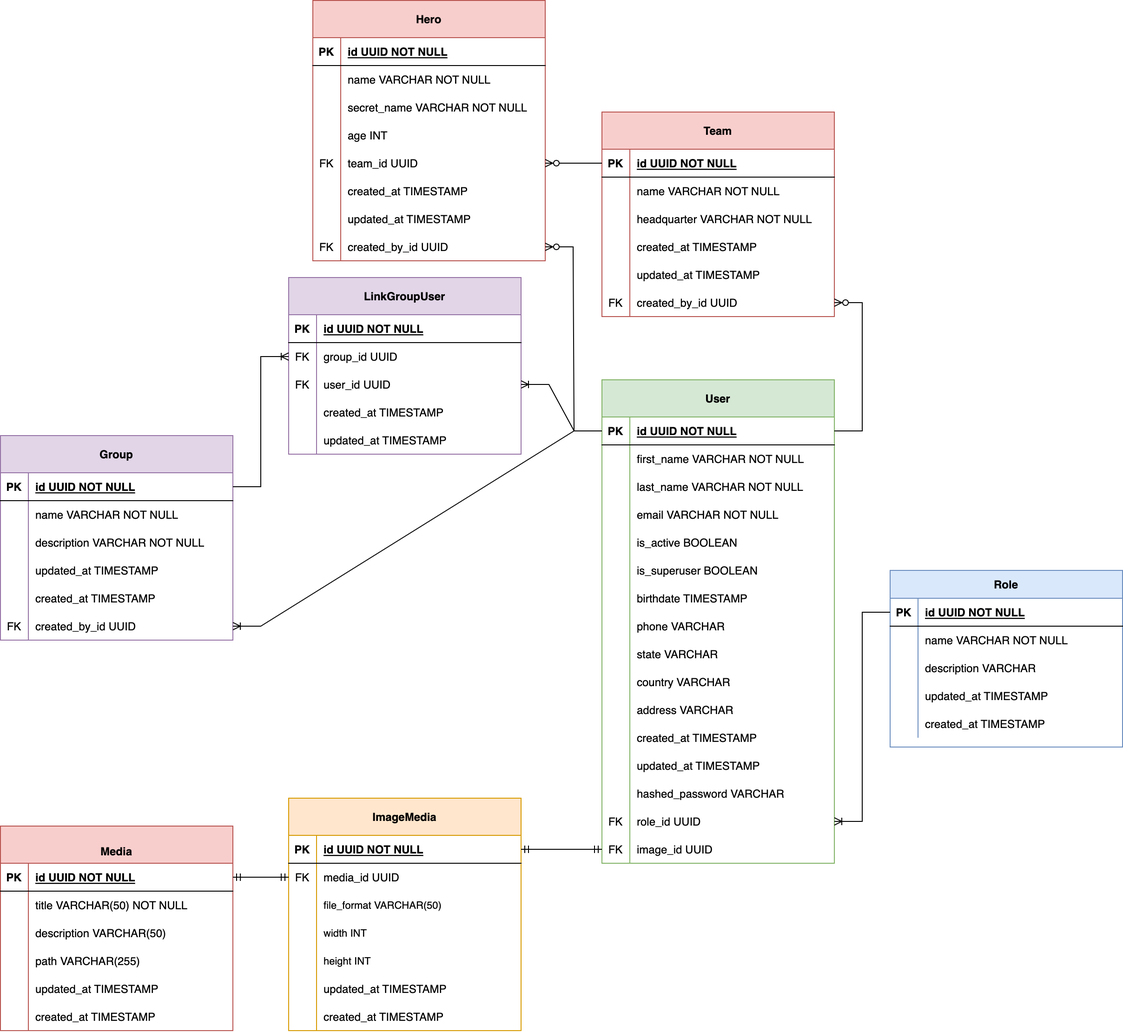
jonra1993/fastapi-alembic-sqlmodel-async keeps this draw.io diagram as static/erd.png. Above is the earlier version. Source tidied: cells renumbered, new cells last; positions are measured from the earlier drawing's top-left corner, leaving out a move shared by most shapes.
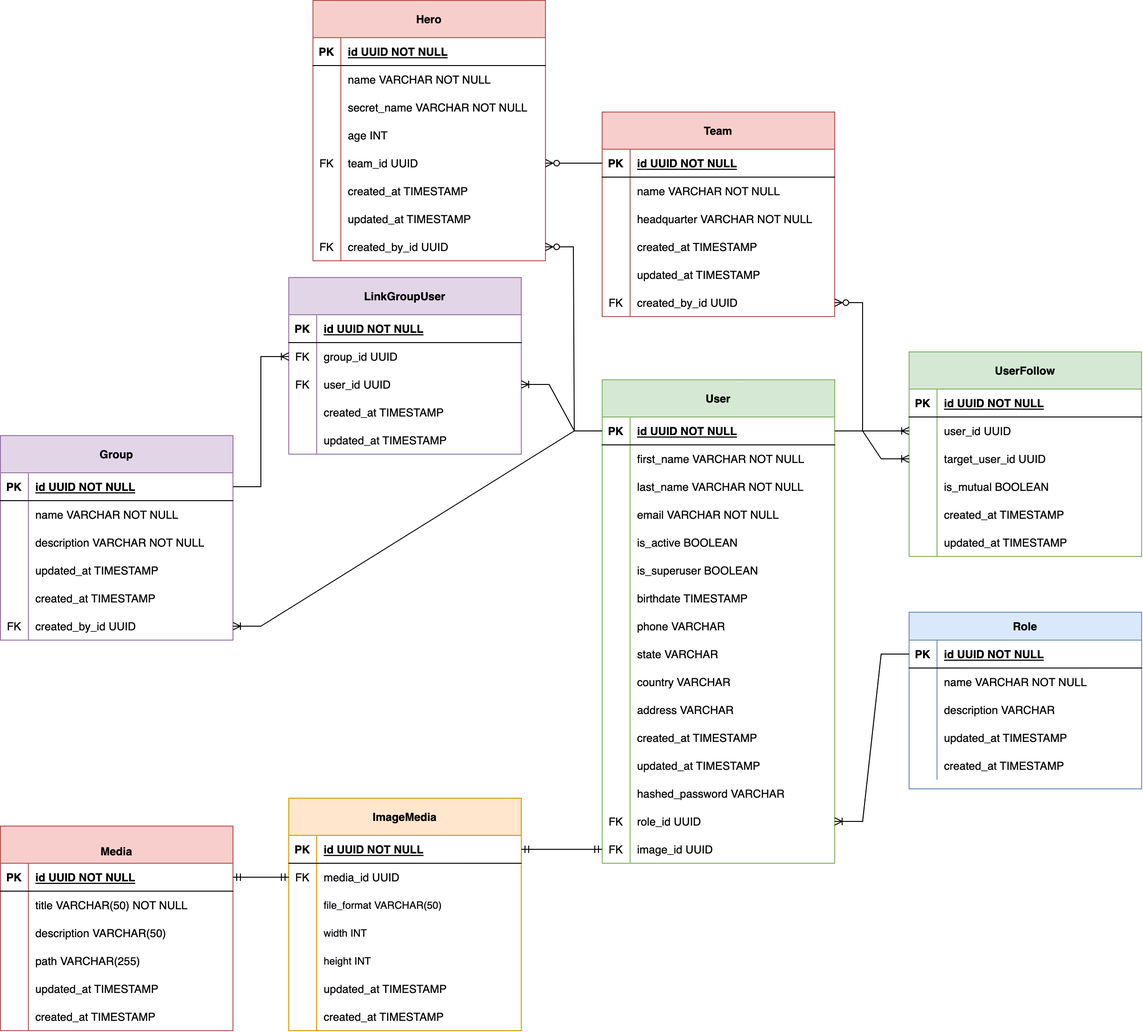
Above is the later version.

The edit, as a diff of the source:
```diff
@@ -150,7 +150,7 @@
       <mxGeometry x="30" width="220" height="30" as="geometry" />
     </mxCell>
     <mxCell id="51" value="Role" style="shape=table;startSize=30;rowLines=0;fontStyle=1;align=center;fillColor=#dae8fc;strokeColor=#6c8ebf;" parent="1" vertex="1">
-      <mxGeometry x="957" y="613" width="250" height="190" as="geometry" />
+      <mxGeometry x="977" y="658" width="250" height="190" as="geometry" />
     </mxCell>
     <mxCell id="52" style="shape=partialRectangle;fillColor=none;points=[[0,0.5],[1,0.5]];portConstraint=eastwest;top=0;left=0;right=0;bottom=1;" parent="51" vertex="1">
       <mxGeometry y="30" width="250" height="30" as="geometry" />
@@ -584,5 +584,68 @@
     <mxCell id="195" style="edgeStyle=entityRelationEdgeStyle;fontSize=12;html=1;endArrow=ERmandOne;startArrow=ERmandOne;rounded=0;exitX=1;exitY=0.5;exitDx=0;exitDy=0;" parent="1" edge="1" source="173" target="48">
       <mxGeometry relative="1" as="geometry" />
     </mxCell>
+    <mxCell id="196" value="UserFollow" style="shape=table;startSize=40;rowLines=0;fontStyle=1;align=center;fillColor=#d5e8d4;strokeColor=#82b366;" parent="1" vertex="1">
+      <mxGeometry x="977" y="378" width="250" height="220" as="geometry" />
+    </mxCell>
+    <mxCell id="197" style="shape=partialRectangle;fillColor=none;top=0;left=0;right=0;bottom=1;" parent="196" vertex="1">
+      <mxGeometry y="40" width="250" height="30" as="geometry" />
+    </mxCell>
+    <mxCell id="198" value="PK" style="shape=partialRectangle;overflow=hidden;fillColor=none;top=0;left=0;bottom=0;right=0;fontStyle=1;" parent="197" vertex="1">
+      <mxGeometry width="30" height="30" as="geometry" />
+    </mxCell>
+    <mxCell id="199" value="id UUID NOT NULL " style="shape=partialRectangle;overflow=hidden;fillColor=none;top=0;left=0;bottom=0;right=0;align=left;spacingLeft=6;fontStyle=5;" parent="197" vertex="1">
+      <mxGeometry x="30" width="220" height="30" as="geometry" />
+    </mxCell>
+    <mxCell id="200" style="shape=tableRow;horizontal=0;startSize=0;swimlaneHead=0;swimlaneBody=0;fillColor=none;points=[[0,0.5],[1,0.5]];portConstraint=eastwest;top=0;left=0;right=0;bottom=0;" parent="196" vertex="1">
+      <mxGeometry y="70" width="250" height="30" as="geometry" />
+    </mxCell>
+    <mxCell id="201" style="shape=partialRectangle;fillColor=none;top=0;left=0;bottom=0;right=0;overflow=hidden;" parent="200" vertex="1">
+      <mxGeometry width="30" height="30" as="geometry" />
+    </mxCell>
+    <mxCell id="202" value="user_id UUID" style="shape=partialRectangle;fillColor=none;top=0;left=0;bottom=0;right=0;align=left;spacingLeft=6;overflow=hidden;" parent="200" vertex="1">
+      <mxGeometry x="30" width="220" height="30" as="geometry" />
+    </mxCell>
+    <mxCell id="203" style="shape=tableRow;horizontal=0;startSize=0;swimlaneHead=0;swimlaneBody=0;fillColor=none;points=[[0,0.5],[1,0.5]];portConstraint=eastwest;top=0;left=0;right=0;bottom=0;" parent="196" vertex="1">
+      <mxGeometry y="100" width="250" height="30" as="geometry" />
+    </mxCell>
+    <mxCell id="204" style="shape=partialRectangle;fillColor=none;top=0;left=0;bottom=0;right=0;overflow=hidden;" parent="203" vertex="1">
+      <mxGeometry width="30" height="30" as="geometry" />
+    </mxCell>
+    <mxCell id="205" value="target_user_id UUID" style="shape=partialRectangle;fillColor=none;top=0;left=0;bottom=0;right=0;align=left;spacingLeft=6;overflow=hidden;" parent="203" vertex="1">
+      <mxGeometry x="30" width="220" height="30" as="geometry" />
+    </mxCell>
+    <mxCell id="206" style="shape=tableRow;horizontal=0;startSize=0;swimlaneHead=0;swimlaneBody=0;fillColor=none;top=0;left=0;right=0;bottom=0;" parent="196" vertex="1">
+      <mxGeometry y="130" width="250" height="30" as="geometry" />
+    </mxCell>
+    <mxCell id="207" style="shape=partialRectangle;fillColor=none;top=0;left=0;bottom=0;right=0;overflow=hidden;" parent="206" vertex="1">
+      <mxGeometry width="30" height="30" as="geometry" />
+    </mxCell>
+    <mxCell id="208" value="is_mutual BOOLEAN" style="shape=partialRectangle;fillColor=none;top=0;left=0;bottom=0;right=0;align=left;spacingLeft=6;overflow=hidden;" parent="206" vertex="1">
+      <mxGeometry x="30" width="220" height="30" as="geometry" />
+    </mxCell>
+    <mxCell id="209" style="shape=tableRow;horizontal=0;startSize=0;swimlaneHead=0;swimlaneBody=0;fillColor=none;top=0;left=0;right=0;bottom=0;" parent="196" vertex="1">
+      <mxGeometry y="160" width="250" height="30" as="geometry" />
+    </mxCell>
+    <mxCell id="210" style="shape=partialRectangle;fillColor=none;top=0;left=0;bottom=0;right=0;overflow=hidden;" parent="209" vertex="1">
+      <mxGeometry width="30" height="30" as="geometry" />
+    </mxCell>
+    <mxCell id="211" value="created_at TIMESTAMP" style="shape=partialRectangle;fillColor=none;top=0;left=0;bottom=0;right=0;align=left;spacingLeft=6;overflow=hidden;" parent="209" vertex="1">
+      <mxGeometry x="30" width="220" height="30" as="geometry" />
+    </mxCell>
+    <mxCell id="212" style="shape=tableRow;horizontal=0;startSize=0;swimlaneHead=0;swimlaneBody=0;fillColor=none;top=0;left=0;right=0;bottom=0;" parent="196" vertex="1">
+      <mxGeometry y="190" width="250" height="30" as="geometry" />
+    </mxCell>
+    <mxCell id="213" style="shape=partialRectangle;fillColor=none;top=0;left=0;bottom=0;right=0;overflow=hidden;" parent="212" vertex="1">
+      <mxGeometry width="30" height="30" as="geometry" />
+    </mxCell>
+    <mxCell id="214" value="updated_at TIMESTAMP" style="shape=partialRectangle;fillColor=none;top=0;left=0;bottom=0;right=0;align=left;spacingLeft=6;overflow=hidden;" parent="212" vertex="1">
+      <mxGeometry x="30" width="220" height="30" as="geometry" />
+    </mxCell>
+    <mxCell id="215" style="edgeStyle=entityRelationEdgeStyle;fontSize=12;html=1;endArrow=ERoneToMany;rounded=0;exitX=1;exitY=0.5;exitDx=0;exitDy=0;entryX=0;entryY=0.5;entryDx=0;entryDy=0;" parent="1" edge="1" source="3" target="200">
+      <mxGeometry relative="1" as="geometry" />
+    </mxCell>
+    <mxCell id="216" style="edgeStyle=entityRelationEdgeStyle;fontSize=12;html=1;endArrow=ERoneToMany;rounded=0;exitX=1;exitY=0.5;exitDx=0;exitDy=0;entryX=0;entryY=0.5;entryDx=0;entryDy=0;" parent="1" edge="1" source="3" target="203">
+      <mxGeometry relative="1" as="geometry" />
+    </mxCell>
   </root>
 </mxGraphModel>
```
